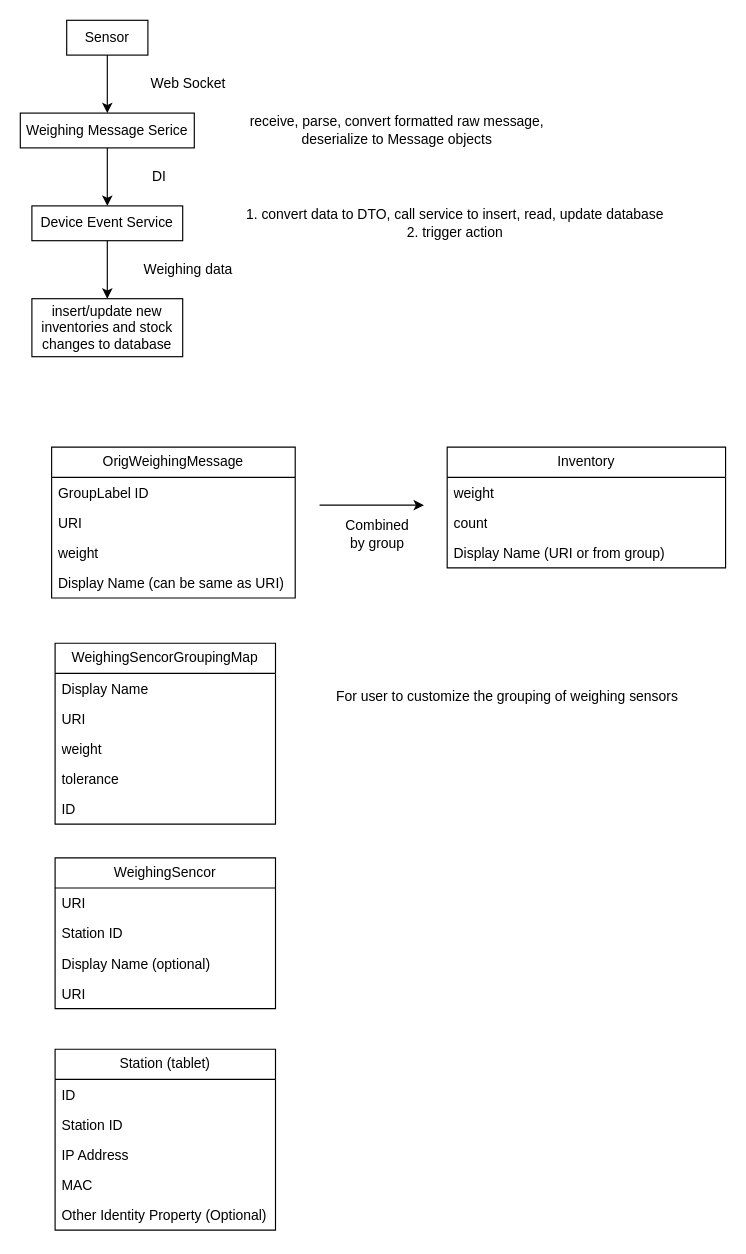
The draw.io diagram gravis/Untitled Diagram.drawio in MQzhiyong/draw_io, before the edit. Source tidied: cells renumbered, new cells numbered last; positions are measured from the earlier drawing's top-left corner, leaving out a move shared by most shapes. Both pictures are drawn from the tidied source at 116%, with x=0, y=0 at pixel (20, 20).
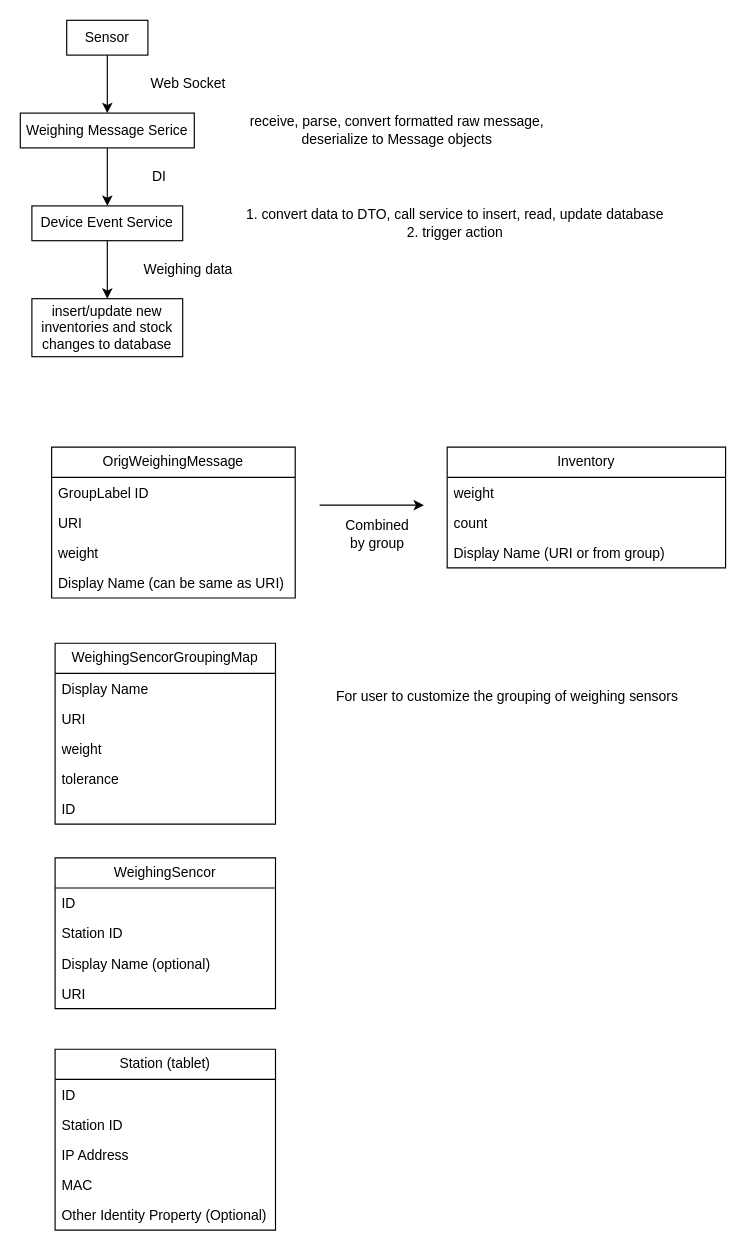
After the change.

The change refers to these unchanged cells:
```xml
<mxCell id="29" value="WeighingSencor" style="swimlane;fontStyle=0;horizontal=1;startSize=26;fillColor=none;whiteSpace=wrap;html=1;" parent="1" vertex="1">
  <mxGeometry x="30" y="722" width="190" height="130" as="geometry" />
</mxCell>
```

What changed in the source:
```diff
@@
-    <mxCell id="30" value="URI" style="text;strokeColor=none;fillColor=none;align=left;verticalAlign=top;spacingLeft=4;spacingRight=4;overflow=hidden;whiteSpace=wrap;html=1;" parent="29" vertex="1">
+    <mxCell id="30" value="ID" style="text;strokeColor=none;fillColor=none;align=left;verticalAlign=top;spacingLeft=4;spacingRight=4;overflow=hidden;whiteSpace=wrap;html=1;" parent="29" vertex="1">
       <mxGeometry y="26" width="190" height="26" as="geometry" />
     </mxCell>
```
